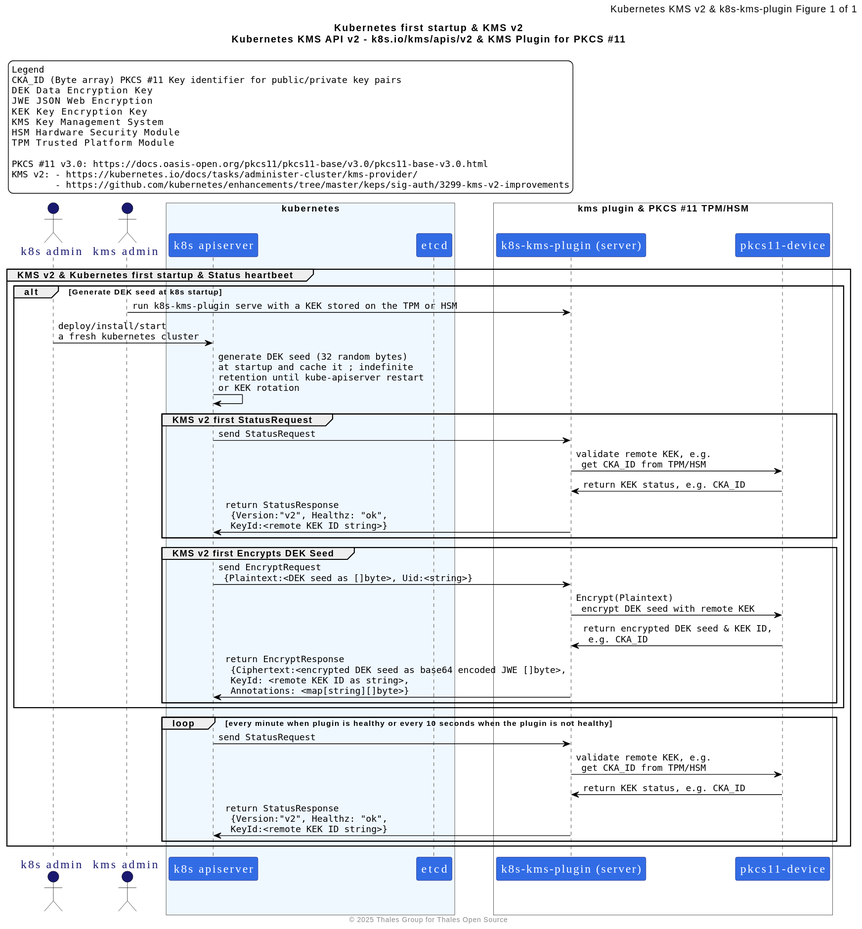
ThalesGroup/k8s-kms-plugin keeps this PlantUML diagram as docs/puml-diagrams/kmsv2-first-k8s-startup.sqce-diag.svg. Above is the earlier version. Its diagram source:
```plantuml
@startuml
skinparam shadowing false


skinparam legend {
  FontSize 13
  FontName DejaVu Sans Mono
  BorderColor black
  BackgroundColor white
}

skinparam sequence {
ArrowColor Black
ActorBorderColor Black
LifeLineBorderColor Black
LifeLineBackgroundColor #A9DCDF

ParticipantBorderColor MidnightBlue
ParticipantBackgroundColor #326CE5
ParticipantFontName Impact
ParticipantFontSize 17
ParticipantFontColor white

ActorBackgroundColor MidnightBlue
ActorFontColor MidnightBlue
ActorFontSize 17
ActorFontName Aapex
}

skinparam ArrowFontName DejaVu Sans Mono


title
    Kubernetes first startup & KMS v2
    Kubernetes KMS API v2 - k8s.io/kms/apis/v2 & KMS Plugin for PKCS #11
end title

skinparam HeaderFontSize 14
header <font color=black>Kubernetes KMS v2 & k8s-kms-plugin Figure %page% of %lastpage%</font>
footer © 2025 Thales Group for Thales Open Source

legend top left
    Legend
    CKA_ID (Byte array) PKCS #11 Key identifier for public/private key pairs
    DEK    Data Encryption Key
    JWE    JSON Web Encryption
    KEK    Key Encryption Key
    KMS    Key Management System
    HSM    Hardware Security Module
    TPM    Trusted Platform Module

    PKCS #11 v3.0: https://docs.oasis-open.org/pkcs11/pkcs11-base/v3.0/pkcs11-base-v3.0.html
    KMS v2: - https://kubernetes.io/docs/tasks/administer-cluster/kms-provider/
            - https://github.com/kubernetes/enhancements/tree/master/keps/sig-auth/3299-kms-v2-improvements
end legend


    actor "k8s admin" as k8sa
    actor "kms admin" as kmsa

    box "kubernetes" #AliceBlue
        participant "k8s apiserver" as k8sapisrv
        participant "etcd" as etcd
    end box


    box "kms plugin & PKCS #11 TPM/HSM" #fff
        participant "k8s-kms-plugin (server)" as kmsplg
        participant "pkcs11-device" as p11
    end box

    group KMS v2 & Kubernetes first startup & Status heartbeet
        alt Generate DEK seed at k8s startup

            kmsa -> kmsplg : run k8s-kms-plugin serve with a KEK stored on the TPM or HSM
            k8sa -> k8sapisrv : deploy/install/start \na fresh kubernetes cluster
            k8sapisrv -> k8sapisrv : generate DEK seed (32 random bytes)\nat startup and cache it ; indefinite \nretention until kube-apiserver restart \nor KEK rotation

            group KMS v2 first StatusRequest
                k8sapisrv -> kmsplg : send StatusRequest
                kmsplg -> p11 : validate remote KEK, e.g. \n get CKA_ID from TPM/HSM
                p11 -> kmsplg : return KEK status, e.g. CKA_ID
                kmsplg -> k8sapisrv : return StatusResponse \n {Version:"v2", Healthz: "ok", \n KeyId:<remote KEK ID string>}
            end

            group KMS v2 first Encrypts DEK Seed
                k8sapisrv -> kmsplg : send EncryptRequest \n {Plaintext:<DEK seed as []byte>, Uid:<string>}
                kmsplg -> p11 : Encrypt(Plaintext) \n encrypt DEK seed with remote KEK
                p11 -> kmsplg : return encrypted DEK seed & KEK ID, \n e.g. CKA_ID
                kmsplg -> k8sapisrv : return EncryptResponse \n {Ciphertext:<encrypted DEK seed as base64 encoded JWE []byte>,\n KeyId: <remote KEK ID as string>, \n Annotations: <map[string][]byte>}
            end

        end

        loop every minute when plugin is healthy or every 10 seconds when the plugin is not healthy
            k8sapisrv -> kmsplg : send StatusRequest
            kmsplg -> p11 : validate remote KEK, e.g. \n get CKA_ID from TPM/HSM
            p11 -> kmsplg : return KEK status, e.g. CKA_ID
            kmsplg -> k8sapisrv : return StatusResponse \n {Version:"v2", Healthz: "ok", \n KeyId:<remote KEK ID string>}
        end
    end
@enduml
```
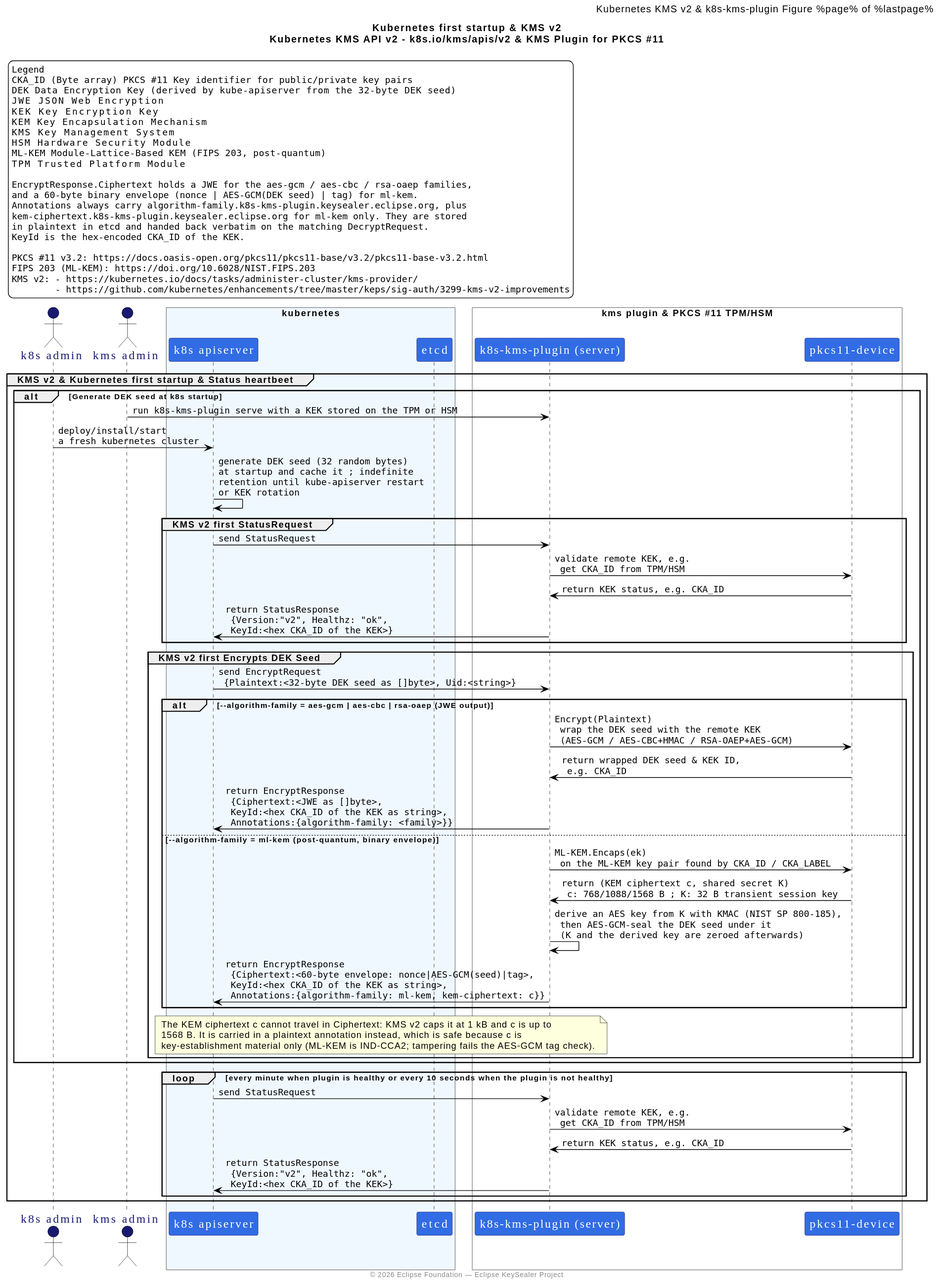
After the change.

Change to the diagram source:
```diff
@@ -37,19 +37,29 @@
 
 skinparam HeaderFontSize 14
 header <font color=black>Kubernetes KMS v2 & k8s-kms-plugin Figure %page% of %lastpage%</font>
-footer © 2025 Thales Group for Thales Open Source
+footer © 2026 Eclipse Foundation — Eclipse KeySealer Project
 
 legend top left
     Legend
-    CKA_ID (Byte array) PKCS #11 Key identifier for public/private key pairs
-    DEK    Data Encryption Key
-    JWE    JSON Web Encryption
-    KEK    Key Encryption Key
-    KMS    Key Management System
-    HSM    Hardware Security Module
-    TPM    Trusted Platform Module
+    CKA_ID   (Byte array) PKCS #11 Key identifier for public/private key pairs
+    DEK      Data Encryption Key (derived by kube-apiserver from the 32-byte DEK seed)
+    JWE      JSON Web Encryption
+    KEK      Key Encryption Key
+    KEM      Key Encapsulation Mechanism
+    KMS      Key Management System
+    HSM      Hardware Security Module
+    ML-KEM   Module-Lattice-Based KEM (FIPS 203, post-quantum)
+    TPM      Trusted Platform Module
 
-    PKCS #11 v3.0: https://docs.oasis-open.org/pkcs11/pkcs11-base/v3.0/pkcs11-base-v3.0.html
+    EncryptResponse.Ciphertext holds a JWE for the aes-gcm / aes-cbc / rsa-oaep families,
+    and a 60-byte binary envelope (nonce | AES-GCM(DEK seed) | tag) for ml-kem.
+    Annotations always carry algorithm-family.k8s-kms-plugin.keysealer.eclipse.org, plus
+    kem-ciphertext.k8s-kms-plugin.keysealer.eclipse.org for ml-kem only. They are stored
+    in plaintext in etcd and handed back verbatim on the matching DecryptRequest.
+    KeyId is the hex-encoded CKA_ID of the KEK.
+
+    PKCS #11 v3.2: https://docs.oasis-open.org/pkcs11/pkcs11-base/v3.2/pkcs11-base-v3.2.html
+    FIPS 203 (ML-KEM): https://doi.org/10.6028/NIST.FIPS.203
     KMS v2: - https://kubernetes.io/docs/tasks/administer-cluster/kms-provider/
             - https://github.com/kubernetes/enhancements/tree/master/keps/sig-auth/3299-kms-v2-improvements
 end legend
@@ -80,14 +90,25 @@
                 k8sapisrv -> kmsplg : send StatusRequest
                 kmsplg -> p11 : validate remote KEK, e.g. \n get CKA_ID from TPM/HSM
                 p11 -> kmsplg : return KEK status, e.g. CKA_ID
-                kmsplg -> k8sapisrv : return StatusResponse \n {Version:"v2", Healthz: "ok", \n KeyId:<remote KEK ID string>}
+                kmsplg -> k8sapisrv : return StatusResponse \n {Version:"v2", Healthz: "ok", \n KeyId:<hex CKA_ID of the KEK>}
             end
 
             group KMS v2 first Encrypts DEK Seed
-                k8sapisrv -> kmsplg : send EncryptRequest \n {Plaintext:<DEK seed as []byte>, Uid:<string>}
-                kmsplg -> p11 : Encrypt(Plaintext) \n encrypt DEK seed with remote KEK
-                p11 -> kmsplg : return encrypted DEK seed & KEK ID, \n e.g. CKA_ID
-                kmsplg -> k8sapisrv : return EncryptResponse \n {Ciphertext:<encrypted DEK seed as base64 encoded JWE []byte>,\n KeyId: <remote KEK ID as string>, \n Annotations: <map[string][]byte>}
+                k8sapisrv -> kmsplg : send EncryptRequest \n {Plaintext:<32-byte DEK seed as []byte>, Uid:<string>}
+
+                alt --algorithm-family = aes-gcm | aes-cbc | rsa-oaep (JWE output)
+                    kmsplg -> p11 : Encrypt(Plaintext) \n wrap the DEK seed with the remote KEK \n (AES-GCM / AES-CBC+HMAC / RSA-OAEP+AES-GCM)
+                    p11 -> kmsplg : return wrapped DEK seed & KEK ID, \n e.g. CKA_ID
+                    kmsplg -> k8sapisrv : return EncryptResponse \n {Ciphertext:<JWE as []byte>, \n KeyId:<hex CKA_ID of the KEK as string>, \n Annotations:{algorithm-family: <family>}}
+
+                else --algorithm-family = ml-kem (post-quantum, binary envelope)
+                    kmsplg -> p11 : ML-KEM.Encaps(ek) \n on the ML-KEM key pair found by CKA_ID / CKA_LABEL
+                    p11 -> kmsplg : return (KEM ciphertext c, shared secret K) \n c: 768/1088/1568 B ; K: 32 B transient session key
+                    kmsplg -> kmsplg : derive an AES key from K with KMAC (NIST SP 800-185), \n then AES-GCM-seal the DEK seed under it \n (K and the derived key are zeroed afterwards)
+                    kmsplg -> k8sapisrv : return EncryptResponse \n {Ciphertext:<60-byte envelope: nonce|AES-GCM(seed)|tag>, \n KeyId:<hex CKA_ID of the KEK as string>, \n Annotations:{algorithm-family: ml-kem, kem-ciphertext: c}}
+                end
+
+                note over k8sapisrv, kmsplg : The KEM ciphertext c cannot travel in Ciphertext: KMS v2 caps it at 1 kB and c is up to \n1568 B. It is carried in a plaintext annotation instead, which is safe because c is \nkey-establishment material only (ML-KEM is IND-CCA2; tampering fails the AES-GCM tag check).
             end
 
         end
@@ -96,7 +117,7 @@
             k8sapisrv -> kmsplg : send StatusRequest
             kmsplg -> p11 : validate remote KEK, e.g. \n get CKA_ID from TPM/HSM
             p11 -> kmsplg : return KEK status, e.g. CKA_ID
-            kmsplg -> k8sapisrv : return StatusResponse \n {Version:"v2", Healthz: "ok", \n KeyId:<remote KEK ID string>}
+            kmsplg -> k8sapisrv : return StatusResponse \n {Version:"v2", Healthz: "ok", \n KeyId:<hex CKA_ID of the KEK>}
         end
     end
 @enduml
```
